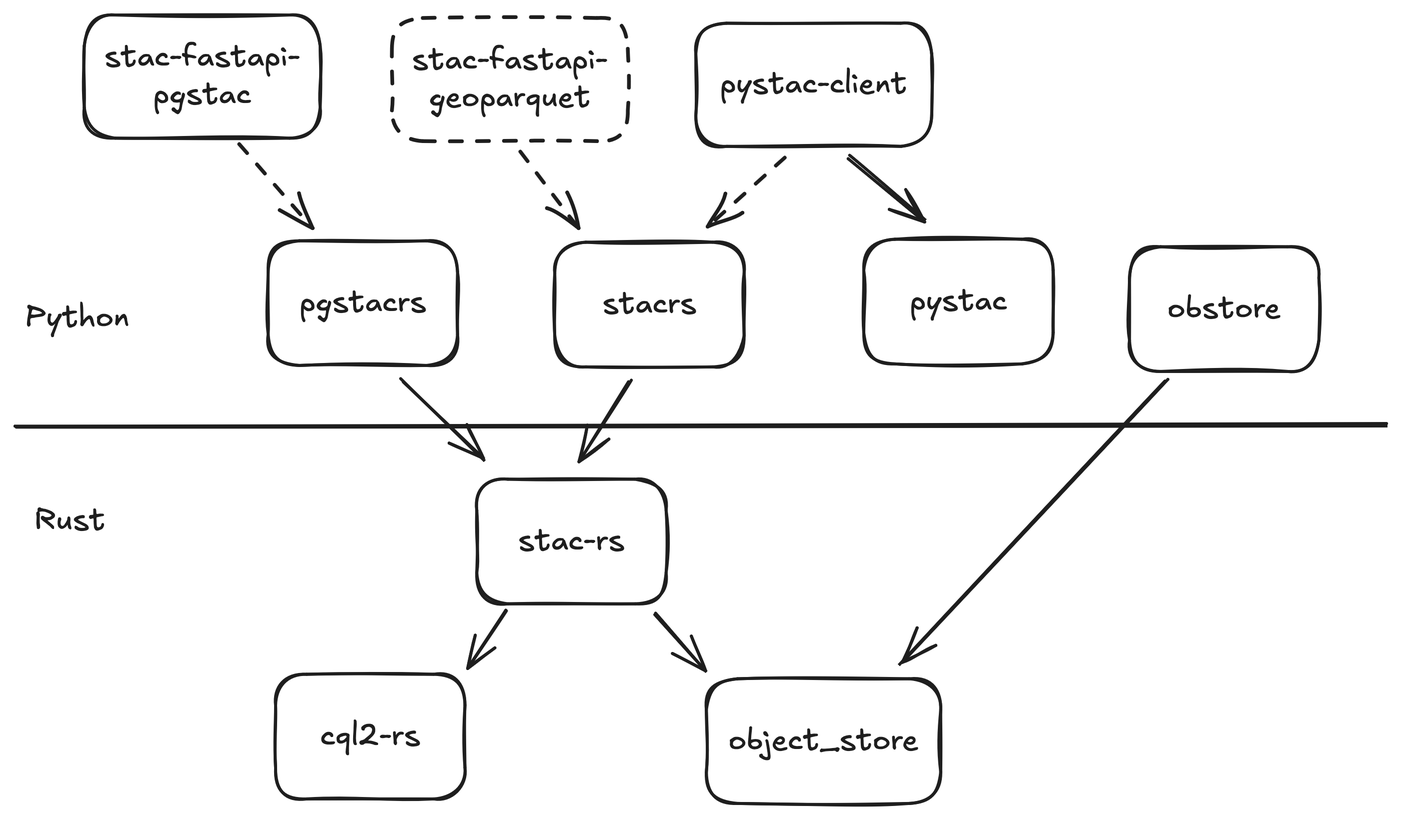
gadomski/presentations keeps this Excalidraw diagram as img/libraries.excalidraw.png. Above is the earlier version. Source tidied: one line per element, renumbered; positions are measured from the earlier drawing's top-left corner, leaving out a move shared by most shapes. Its diagram source:
```json
{"id": 0, "type": "rectangle", "strokeColor": "#1e1e1e", "strokeWidth": 2, "roughness": 1, "round": true, "x": 308, "y": 310, "width": 126, "height": 83}
{"id": 1, "type": "text", "text": "stac-rs", "strokeColor": "#1e1e1e", "strokeWidth": 2, "roughness": 1, "fontSize": 20, "fontFamily": 5, "textAlign": "center", "verticalAlign": "middle", "inside": 0, "x": 335, "y": 339, "width": 72, "height": 25}
{"id": 2, "type": "rectangle", "strokeColor": "#1e1e1e", "strokeWidth": 2, "roughness": 1, "round": true, "x": 360, "y": 152, "width": 126, "height": 83}
{"id": 3, "type": "text", "text": "stacrs", "strokeColor": "#1e1e1e", "strokeWidth": 2, "roughness": 1, "fontSize": 20, "fontFamily": 5, "textAlign": "center", "verticalAlign": "middle", "inside": 2, "x": 391, "y": 181, "width": 64, "height": 25}
{"id": 4, "type": "line", "strokeColor": "#1e1e1e", "strokeWidth": 2, "roughness": 1, "round": true, "x": 0, "y": 274, "width": 914, "height": 1, "points": [[0, 0], [914, -1]]}
{"id": 5, "type": "text", "text": "Rust", "strokeColor": "#1e1e1e", "strokeWidth": 2, "roughness": 1, "fontSize": 20, "fontFamily": 5, "x": 13, "y": 325, "width": 48, "height": 25}
{"id": 6, "type": "text", "text": "Python", "strokeColor": "#1e1e1e", "strokeWidth": 2, "roughness": 1, "fontSize": 20, "fontFamily": 5, "x": 7, "y": 190, "width": 70, "height": 25}
{"id": 7, "type": "rectangle", "strokeColor": "#1e1e1e", "strokeWidth": 2, "roughness": 1, "round": true, "x": 169, "y": 150, "width": 126, "height": 83}
{"id": 8, "type": "text", "text": "pgstacrs", "strokeColor": "#1e1e1e", "strokeWidth": 2, "roughness": 1, "fontSize": 20, "fontFamily": 5, "textAlign": "center", "verticalAlign": "middle", "inside": 7, "x": 189, "y": 180, "width": 85, "height": 25}
{"id": 9, "type": "arrow", "strokeColor": "#1e1e1e", "strokeWidth": 2, "roughness": 1, "endArrowhead": "arrow", "round": true, "from": 2, "to": 0, "x": 410, "y": 244, "width": 32, "height": 52, "points": [[0, 0], [-32, 52]]}
{"id": 10, "type": "arrow", "strokeColor": "#1e1e1e", "strokeWidth": 2, "roughness": 1, "endArrowhead": "arrow", "round": true, "from": 7, "to": 0, "x": 258, "y": 243, "width": 56, "height": 54, "points": [[0, 0], [56, 54]]}
{"id": 11, "type": "rectangle", "strokeColor": "#1e1e1e", "strokeWidth": 2, "roughness": 1, "round": true, "x": 174, "y": 440, "width": 126, "height": 83}
{"id": 12, "type": "text", "text": "cql2-rs", "strokeColor": "#1e1e1e", "strokeWidth": 2, "roughness": 1, "fontSize": 20, "fontFamily": 5, "textAlign": "center", "verticalAlign": "middle", "inside": 11, "x": 203, "y": 469, "width": 68, "height": 25}
{"id": 13, "type": "rectangle", "strokeColor": "#1e1e1e", "strokeWidth": 2, "roughness": 1, "round": true, "x": 566, "y": 150, "width": 126, "height": 83}
{"id": 14, "type": "text", "text": "pystac", "strokeColor": "#1e1e1e", "strokeWidth": 2, "roughness": 1, "fontSize": 20, "fontFamily": 5, "textAlign": "center", "verticalAlign": "middle", "inside": 13, "x": 596, "y": 179, "width": 66, "height": 25}
{"id": 15, "type": "rectangle", "strokeColor": "#1e1e1e", "strokeWidth": 2, "roughness": 1, "round": true, "x": 454, "y": 6, "width": 157, "height": 82}
{"id": 16, "type": "text", "text": "pystac-client", "strokeColor": "#1e1e1e", "strokeWidth": 2, "roughness": 1, "fontSize": 20, "fontFamily": 5, "textAlign": "center", "verticalAlign": "middle", "inside": 15, "x": 470, "y": 34, "width": 125, "height": 25}
{"id": 17, "type": "arrow", "strokeColor": "#1e1e1e", "strokeWidth": 2, "strokeStyle": "dashed", "roughness": 1, "endArrowhead": "arrow", "round": true, "from": 15, "to": 2, "x": 514, "y": 94, "width": 53, "height": 47, "points": [[0, 0], [-53, 47]]}
{"id": 18, "type": "arrow", "strokeColor": "#1e1e1e", "strokeWidth": 2, "roughness": 1, "endArrowhead": "arrow", "round": true, "from": 15, "to": 13, "x": 555, "y": 94, "width": 52, "height": 44, "points": [[0, 0], [52, 44]]}
{"id": 19, "type": "rectangle", "strokeColor": "#1e1e1e", "strokeWidth": 2, "roughness": 1, "round": true, "x": 743, "y": 154, "width": 126, "height": 83}
{"id": 20, "type": "text", "text": "obstore", "strokeColor": "#1e1e1e", "strokeWidth": 2, "roughness": 1, "fontSize": 20, "fontFamily": 5, "textAlign": "center", "verticalAlign": "middle", "inside": 19, "x": 768, "y": 184, "width": 76, "height": 25}
{"id": 21, "type": "rectangle", "strokeColor": "#1e1e1e", "strokeWidth": 2, "roughness": 1, "round": true, "x": 461, "y": 442, "width": 156, "height": 83}
{"id": 22, "type": "text", "text": "object_store", "strokeColor": "#1e1e1e", "strokeWidth": 2, "roughness": 1, "fontSize": 20, "fontFamily": 5, "textAlign": "center", "verticalAlign": "middle", "inside": 21, "x": 475, "y": 472, "width": 127, "height": 25}
{"id": 23, "type": "arrow", "strokeColor": "#1e1e1e", "strokeWidth": 2, "roughness": 1, "endArrowhead": "arrow", "round": true, "from": 19, "to": 21, "x": 767, "y": 244, "width": 177, "height": 189, "points": [[0, 0], [-177, 189]]}
{"id": 24, "type": "arrow", "strokeColor": "#1e1e1e", "strokeWidth": 2, "roughness": 1, "endArrowhead": "arrow", "round": true, "from": 0, "to": 21, "x": 427, "y": 399, "width": 34, "height": 39, "points": [[0, 0], [34, 39]]}
{"id": 25, "type": "rectangle", "strokeColor": "#1e1e1e", "strokeWidth": 2, "strokeStyle": "dashed", "roughness": 1, "round": true, "x": 251, "y": 2, "width": 157, "height": 82}
{"id": 26, "type": "text", "text": "stac-fastapi-\ngeoparquet", "strokeColor": "#1e1e1e", "strokeWidth": 2, "roughness": 1, "fontSize": 20, "fontFamily": 5, "textAlign": "center", "verticalAlign": "middle", "inside": 25, "x": 264, "y": 18, "width": 131, "height": 50}
{"id": 27, "type": "rectangle", "strokeColor": "#1e1e1e", "strokeWidth": 2, "roughness": 1, "round": true, "x": 46, "y": 0, "width": 157, "height": 82}
{"id": 28, "type": "text", "text": "stac-fastapi-\npgstac", "strokeColor": "#1e1e1e", "strokeWidth": 2, "roughness": 1, "fontSize": 20, "fontFamily": 5, "textAlign": "center", "verticalAlign": "middle", "inside": 27, "x": 59, "y": 16, "width": 131, "height": 50}
{"id": 29, "type": "arrow", "strokeColor": "#1e1e1e", "strokeWidth": 2, "strokeStyle": "dashed", "roughness": 1, "endArrowhead": "arrow", "round": true, "from": 25, "to": 2, "x": 337, "y": 91, "width": 40, "height": 50, "points": [[0, 0], [40, 50]]}
{"id": 30, "type": "arrow", "strokeColor": "#1e1e1e", "strokeWidth": 2, "strokeStyle": "dashed", "roughness": 1, "endArrowhead": "arrow", "round": true, "from": 27, "to": 7, "x": 149, "y": 87, "width": 50, "height": 55, "points": [[0, 0], [50, 55]]}
{"id": 31, "type": "arrow", "strokeColor": "#1e1e1e", "strokeWidth": 2, "roughness": 1, "endArrowhead": "arrow", "round": true, "from": 0, "to": 11, "x": 327, "y": 397, "width": 25, "height": 38, "points": [[0, 0], [-25, 38]]}
```
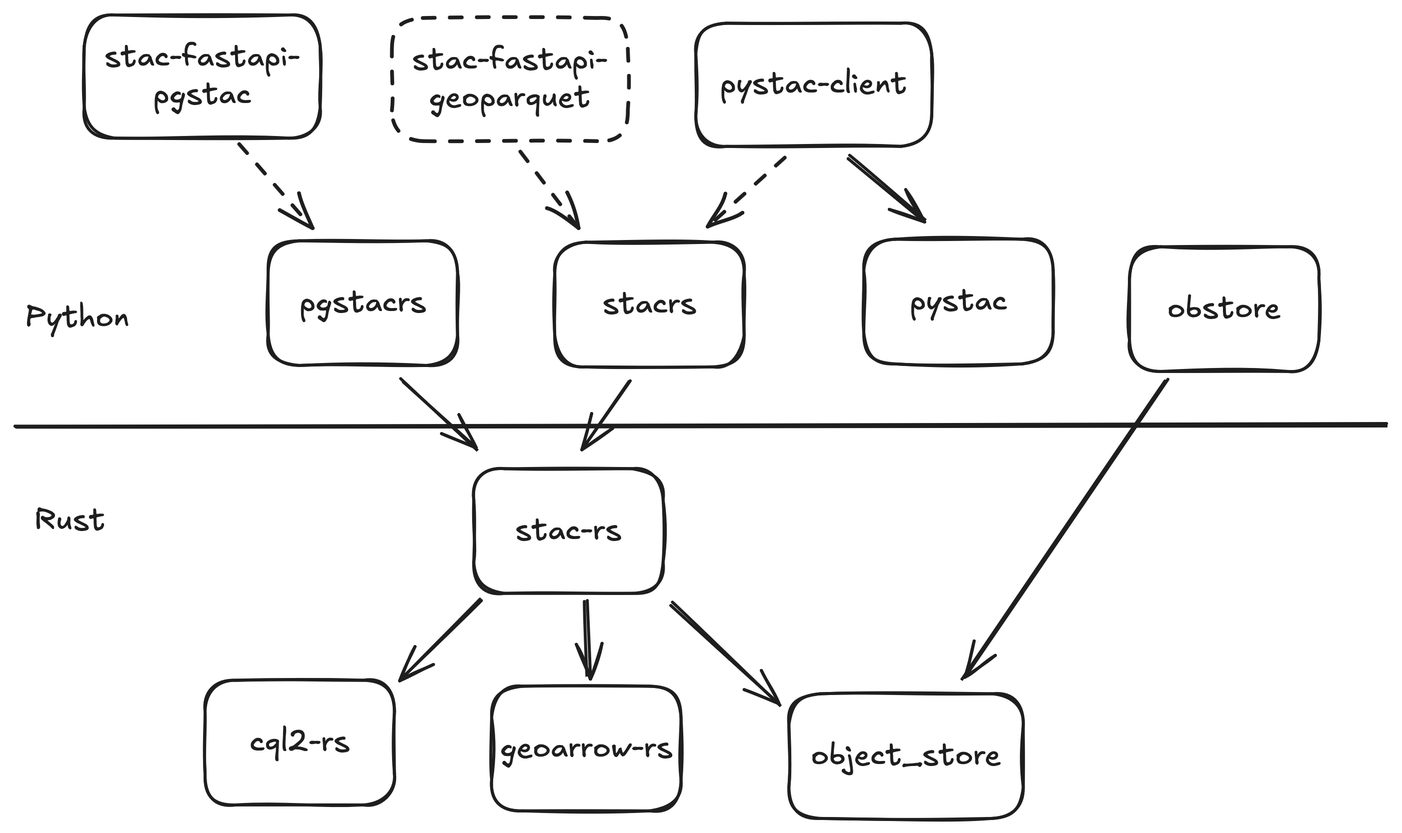
After the change.

Change to the diagram source:
```diff
@@ -1,5 +1,5 @@
-{"id": 0, "type": "rectangle", "strokeColor": "#1e1e1e", "strokeWidth": 2, "roughness": 1, "round": true, "x": 308, "y": 310, "width": 126, "height": 83}
+{"id": 0, "type": "rectangle", "strokeColor": "#1e1e1e", "strokeWidth": 2, "roughness": 1, "round": true, "x": 306, "y": 303, "width": 126, "height": 83}
-{"id": 1, "type": "text", "text": "stac-rs", "strokeColor": "#1e1e1e", "strokeWidth": 2, "roughness": 1, "fontSize": 20, "fontFamily": 5, "textAlign": "center", "verticalAlign": "middle", "inside": 0, "x": 335, "y": 339, "width": 72, "height": 25}
+{"id": 1, "type": "text", "text": "stac-rs", "strokeColor": "#1e1e1e", "strokeWidth": 2, "roughness": 1, "fontSize": 20, "fontFamily": 5, "textAlign": "center", "verticalAlign": "middle", "inside": 0, "x": 333, "y": 332, "width": 72, "height": 25}
 {"id": 2, "type": "rectangle", "strokeColor": "#1e1e1e", "strokeWidth": 2, "roughness": 1, "round": true, "x": 360, "y": 152, "width": 126, "height": 83}
 {"id": 3, "type": "text", "text": "stacrs", "strokeColor": "#1e1e1e", "strokeWidth": 2, "roughness": 1, "fontSize": 20, "fontFamily": 5, "textAlign": "center", "verticalAlign": "middle", "inside": 2, "x": 391, "y": 181, "width": 64, "height": 25}
 {"id": 4, "type": "line", "strokeColor": "#1e1e1e", "strokeWidth": 2, "roughness": 1, "round": true, "x": 0, "y": 274, "width": 914, "height": 1, "points": [[0, 0], [914, -1]]}
@@ -7,10 +7,10 @@
 {"id": 6, "type": "text", "text": "Python", "strokeColor": "#1e1e1e", "strokeWidth": 2, "roughness": 1, "fontSize": 20, "fontFamily": 5, "x": 7, "y": 190, "width": 70, "height": 25}
 {"id": 7, "type": "rectangle", "strokeColor": "#1e1e1e", "strokeWidth": 2, "roughness": 1, "round": true, "x": 169, "y": 150, "width": 126, "height": 83}
 {"id": 8, "type": "text", "text": "pgstacrs", "strokeColor": "#1e1e1e", "strokeWidth": 2, "roughness": 1, "fontSize": 20, "fontFamily": 5, "textAlign": "center", "verticalAlign": "middle", "inside": 7, "x": 189, "y": 180, "width": 85, "height": 25}
-{"id": 9, "type": "arrow", "strokeColor": "#1e1e1e", "strokeWidth": 2, "roughness": 1, "endArrowhead": "arrow", "round": true, "from": 2, "to": 0, "x": 410, "y": 244, "width": 32, "height": 52, "points": [[0, 0], [-32, 52]]}
+{"id": 9, "type": "arrow", "strokeColor": "#1e1e1e", "strokeWidth": 2, "roughness": 1, "endArrowhead": "arrow", "round": true, "from": 2, "to": 0, "x": 410, "y": 244, "width": 31, "height": 45, "points": [[0, 0], [-31, 45]]}
-{"id": 10, "type": "arrow", "strokeColor": "#1e1e1e", "strokeWidth": 2, "roughness": 1, "endArrowhead": "arrow", "round": true, "from": 7, "to": 0, "x": 258, "y": 243, "width": 56, "height": 54, "points": [[0, 0], [56, 54]]}
+{"id": 10, "type": "arrow", "strokeColor": "#1e1e1e", "strokeWidth": 2, "roughness": 1, "endArrowhead": "arrow", "round": true, "from": 7, "to": 0, "x": 258, "y": 243, "width": 51, "height": 47, "points": [[0, 0], [51, 47]]}
-{"id": 11, "type": "rectangle", "strokeColor": "#1e1e1e", "strokeWidth": 2, "roughness": 1, "round": true, "x": 174, "y": 440, "width": 126, "height": 83}
+{"id": 11, "type": "rectangle", "strokeColor": "#1e1e1e", "strokeWidth": 2, "roughness": 1, "round": true, "x": 127, "y": 444, "width": 126, "height": 83}
-{"id": 12, "type": "text", "text": "cql2-rs", "strokeColor": "#1e1e1e", "strokeWidth": 2, "roughness": 1, "fontSize": 20, "fontFamily": 5, "textAlign": "center", "verticalAlign": "middle", "inside": 11, "x": 203, "y": 469, "width": 68, "height": 25}
+{"id": 12, "type": "text", "text": "cql2-rs", "strokeColor": "#1e1e1e", "strokeWidth": 2, "roughness": 1, "fontSize": 20, "fontFamily": 5, "textAlign": "center", "verticalAlign": "middle", "inside": 11, "x": 156, "y": 473, "width": 68, "height": 25}
 {"id": 13, "type": "rectangle", "strokeColor": "#1e1e1e", "strokeWidth": 2, "roughness": 1, "round": true, "x": 566, "y": 150, "width": 126, "height": 83}
 {"id": 14, "type": "text", "text": "pystac", "strokeColor": "#1e1e1e", "strokeWidth": 2, "roughness": 1, "fontSize": 20, "fontFamily": 5, "textAlign": "center", "verticalAlign": "middle", "inside": 13, "x": 596, "y": 179, "width": 66, "height": 25}
 {"id": 15, "type": "rectangle", "strokeColor": "#1e1e1e", "strokeWidth": 2, "roughness": 1, "round": true, "x": 454, "y": 6, "width": 157, "height": 82}
@@ -19,14 +19,17 @@
 {"id": 18, "type": "arrow", "strokeColor": "#1e1e1e", "strokeWidth": 2, "roughness": 1, "endArrowhead": "arrow", "round": true, "from": 15, "to": 13, "x": 555, "y": 94, "width": 52, "height": 44, "points": [[0, 0], [52, 44]]}
 {"id": 19, "type": "rectangle", "strokeColor": "#1e1e1e", "strokeWidth": 2, "roughness": 1, "round": true, "x": 743, "y": 154, "width": 126, "height": 83}
 {"id": 20, "type": "text", "text": "obstore", "strokeColor": "#1e1e1e", "strokeWidth": 2, "roughness": 1, "fontSize": 20, "fontFamily": 5, "textAlign": "center", "verticalAlign": "middle", "inside": 19, "x": 768, "y": 184, "width": 76, "height": 25}
-{"id": 21, "type": "rectangle", "strokeColor": "#1e1e1e", "strokeWidth": 2, "roughness": 1, "round": true, "x": 461, "y": 442, "width": 156, "height": 83}
+{"id": 21, "type": "rectangle", "strokeColor": "#1e1e1e", "strokeWidth": 2, "roughness": 1, "round": true, "x": 516, "y": 452, "width": 156, "height": 83}
-{"id": 22, "type": "text", "text": "object_store", "strokeColor": "#1e1e1e", "strokeWidth": 2, "roughness": 1, "fontSize": 20, "fontFamily": 5, "textAlign": "center", "verticalAlign": "middle", "inside": 21, "x": 475, "y": 472, "width": 127, "height": 25}
+{"id": 22, "type": "text", "text": "object_store", "strokeColor": "#1e1e1e", "strokeWidth": 2, "roughness": 1, "fontSize": 20, "fontFamily": 5, "textAlign": "center", "verticalAlign": "middle", "inside": 21, "x": 530, "y": 482, "width": 127, "height": 25}
-{"id": 23, "type": "arrow", "strokeColor": "#1e1e1e", "strokeWidth": 2, "roughness": 1, "endArrowhead": "arrow", "round": true, "from": 19, "to": 21, "x": 767, "y": 244, "width": 177, "height": 189, "points": [[0, 0], [-177, 189]]}
+{"id": 23, "type": "arrow", "strokeColor": "#1e1e1e", "strokeWidth": 2, "roughness": 1, "endArrowhead": "arrow", "round": true, "from": 19, "to": 21, "x": 767, "y": 244, "width": 135, "height": 199, "points": [[0, 0], [-135, 199]]}
-{"id": 24, "type": "arrow", "strokeColor": "#1e1e1e", "strokeWidth": 2, "roughness": 1, "endArrowhead": "arrow", "round": true, "from": 0, "to": 21, "x": 427, "y": 399, "width": 34, "height": 39, "points": [[0, 0], [34, 39]]}
+{"id": 24, "type": "arrow", "strokeColor": "#1e1e1e", "strokeWidth": 2, "roughness": 1, "endArrowhead": "arrow", "round": true, "from": 0, "to": 21, "x": 438, "y": 392, "width": 73, "height": 68, "points": [[0, 0], [73, 68]]}
 {"id": 25, "type": "rectangle", "strokeColor": "#1e1e1e", "strokeWidth": 2, "strokeStyle": "dashed", "roughness": 1, "round": true, "x": 251, "y": 2, "width": 157, "height": 82}
 {"id": 26, "type": "text", "text": "stac-fastapi-\ngeoparquet", "strokeColor": "#1e1e1e", "strokeWidth": 2, "roughness": 1, "fontSize": 20, "fontFamily": 5, "textAlign": "center", "verticalAlign": "middle", "inside": 25, "x": 264, "y": 18, "width": 131, "height": 50}
 {"id": 27, "type": "rectangle", "strokeColor": "#1e1e1e", "strokeWidth": 2, "roughness": 1, "round": true, "x": 46, "y": 0, "width": 157, "height": 82}
 {"id": 28, "type": "text", "text": "stac-fastapi-\npgstac", "strokeColor": "#1e1e1e", "strokeWidth": 2, "roughness": 1, "fontSize": 20, "fontFamily": 5, "textAlign": "center", "verticalAlign": "middle", "inside": 27, "x": 59, "y": 16, "width": 131, "height": 50}
 {"id": 29, "type": "arrow", "strokeColor": "#1e1e1e", "strokeWidth": 2, "strokeStyle": "dashed", "roughness": 1, "endArrowhead": "arrow", "round": true, "from": 25, "to": 2, "x": 337, "y": 91, "width": 40, "height": 50, "points": [[0, 0], [40, 50]]}
 {"id": 30, "type": "arrow", "strokeColor": "#1e1e1e", "strokeWidth": 2, "strokeStyle": "dashed", "roughness": 1, "endArrowhead": "arrow", "round": true, "from": 27, "to": 7, "x": 149, "y": 87, "width": 50, "height": 55, "points": [[0, 0], [50, 55]]}
-{"id": 31, "type": "arrow", "strokeColor": "#1e1e1e", "strokeWidth": 2, "roughness": 1, "endArrowhead": "arrow", "round": true, "from": 0, "to": 11, "x": 327, "y": 397, "width": 25, "height": 38, "points": [[0, 0], [-25, 38]]}
+{"id": 31, "type": "arrow", "strokeColor": "#1e1e1e", "strokeWidth": 2, "roughness": 1, "endArrowhead": "arrow", "round": true, "from": 0, "to": 11, "x": 310, "y": 390, "width": 53, "height": 53, "points": [[0, 0], [-53, 53]]}
+{"id": 32, "type": "rectangle", "strokeColor": "#1e1e1e", "strokeWidth": 2, "roughness": 1, "round": true, "x": 318, "y": 448, "width": 126, "height": 83}
+{"id": 33, "type": "text", "text": "geoarrow-rs", "strokeColor": "#1e1e1e", "strokeWidth": 2, "roughness": 1, "fontSize": 20, "fontFamily": 5, "textAlign": "center", "verticalAlign": "middle", "inside": 32, "x": 323, "y": 477, "width": 116, "height": 25}
+{"id": 34, "type": "arrow", "strokeColor": "#1e1e1e", "strokeWidth": 2, "roughness": 1, "endArrowhead": "arrow", "round": true, "from": 0, "to": 32, "x": 380, "y": 390, "width": 2, "height": 51, "points": [[0, 0], [2, 51]]}
```
